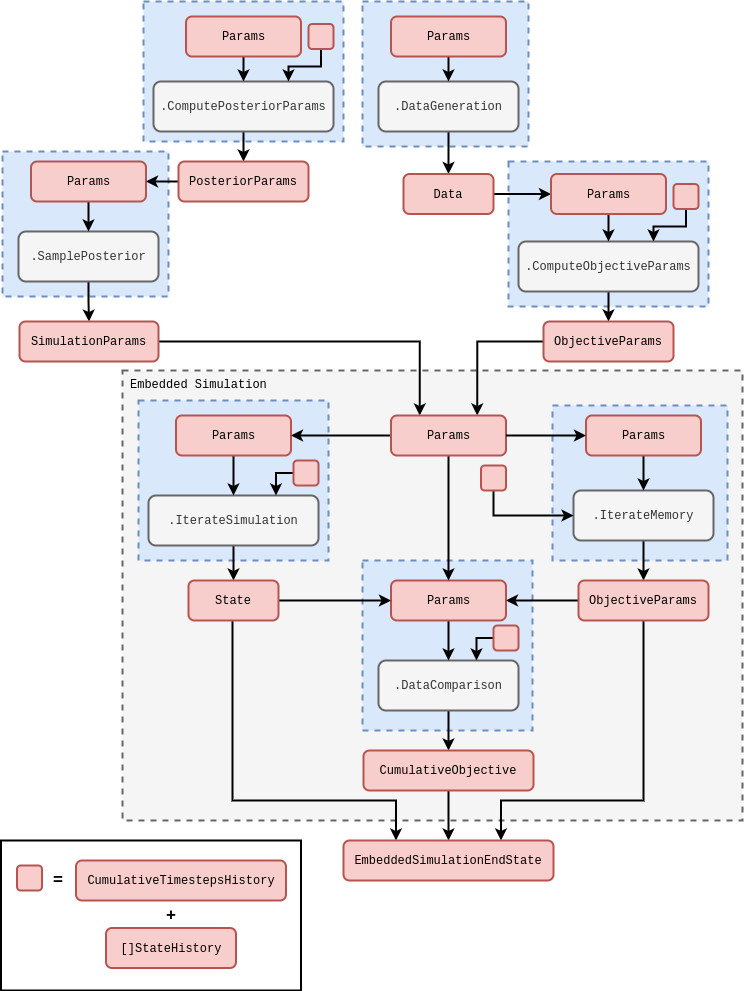
Above: assets/stochadexIII/stochadexIII-simulation-inference-code.drawio.png in umbralcalc/umbralcalc.github.io (draw.io), before the change. Source tidied: cells renumbered, new cells last; positions are measured from the earlier drawing's top-left corner, leaving out a move shared by most shapes.
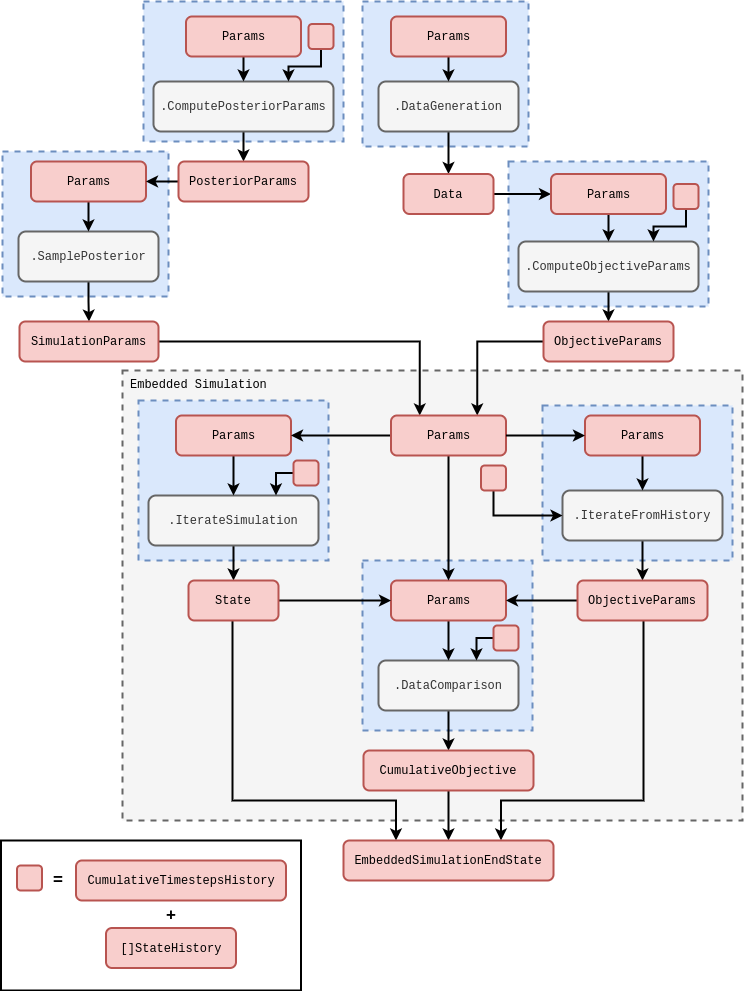
The same file after the commit.

Diff of the diagram source:
```diff
@@ -214,19 +214,19 @@
       <mxGeometry x="390.5" y="414" width="115" height="40" as="geometry" />
     </mxCell>
     <mxCell id="63" style="rounded=0;whiteSpace=wrap;html=1;dashed=1;strokeWidth=2;fillColor=#dae8fc;strokeColor=#6c8ebf;" parent="1" vertex="1">
-      <mxGeometry x="552" y="404" width="175" height="155" as="geometry" />
+      <mxGeometry x="542" y="404" width="190" height="155" as="geometry" />
     </mxCell>
     <mxCell id="64" style="edgeStyle=orthogonalEdgeStyle;rounded=0;jettySize=auto;html=1;strokeWidth=2;" parent="1" edge="1" source="65" target="70">
       <mxGeometry relative="1" as="geometry" />
     </mxCell>
-    <mxCell id="65" value="&lt;font face=&quot;Courier New&quot;&gt;.Iterate&lt;/font&gt;&lt;span style=&quot;font-family: &amp;quot;Courier New&amp;quot;;&quot;&gt;Memory&lt;/span&gt;" style="rounded=1;whiteSpace=wrap;html=1;strokeWidth=2;fillColor=#f5f5f5;fontColor=#333333;strokeColor=#666666;" parent="1" vertex="1">
-      <mxGeometry x="573" y="489" width="140" height="50" as="geometry" />
+    <mxCell id="65" value="&lt;font face=&quot;Courier New&quot;&gt;.IterateFromHistory&lt;/font&gt;" style="rounded=1;whiteSpace=wrap;html=1;strokeWidth=2;fillColor=#f5f5f5;fontColor=#333333;strokeColor=#666666;" parent="1" vertex="1">
+      <mxGeometry x="562" y="489" width="160" height="50" as="geometry" />
     </mxCell>
     <mxCell id="66" style="edgeStyle=orthogonalEdgeStyle;rounded=0;jettySize=auto;html=1;strokeWidth=2;" parent="1" edge="1" source="67" target="65">
       <mxGeometry relative="1" as="geometry" />
     </mxCell>
     <mxCell id="67" value="&lt;font face=&quot;Courier New&quot;&gt;Params&lt;/font&gt;" style="rounded=1;whiteSpace=wrap;html=1;strokeWidth=2;fillColor=#f8cecc;strokeColor=#b85450;" parent="1" vertex="1">
-      <mxGeometry x="585.5" y="414" width="115" height="40" as="geometry" />
+      <mxGeometry x="584.5" y="414" width="115" height="40" as="geometry" />
     </mxCell>
     <mxCell id="68" style="edgeStyle=orthogonalEdgeStyle;rounded=0;jettySize=auto;html=1;entryX=1;entryY=0.5;entryDx=0;entryDy=0;strokeWidth=2;" parent="1" edge="1" source="70" target="15">
       <mxGeometry relative="1" as="geometry" />
@@ -240,7 +240,7 @@
       </mxGeometry>
     </mxCell>
     <mxCell id="70" value="&lt;span style=&quot;font-family: &amp;quot;Courier New&amp;quot;;&quot;&gt;ObjectiveParams&lt;/span&gt;" style="rounded=1;whiteSpace=wrap;html=1;strokeWidth=2;fillColor=#f8cecc;strokeColor=#b85450;" parent="1" vertex="1">
-      <mxGeometry x="578" y="579" width="130" height="40" as="geometry" />
+      <mxGeometry x="577" y="579" width="130" height="40" as="geometry" />
     </mxCell>
     <mxCell id="71" style="edgeStyle=orthogonalEdgeStyle;rounded=0;jettySize=auto;html=1;entryX=0;entryY=0.5;entryDx=0;entryDy=0;strokeWidth=2;" parent="1" edge="1" source="72" target="65">
       <mxGeometry relative="1" as="geometry">
```
